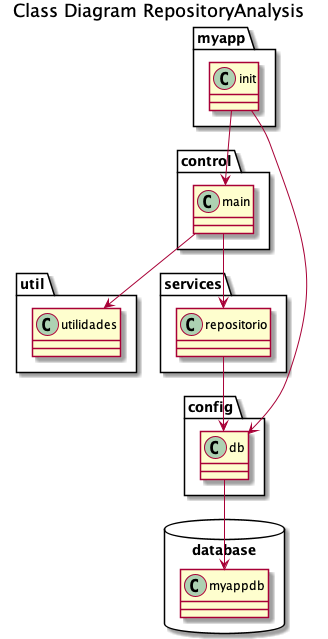
The PlantUML diagram out/docs/architecture_overview/Class Diagram RepositoryAnalysis.png in myplayareas/ppc, before a commit.
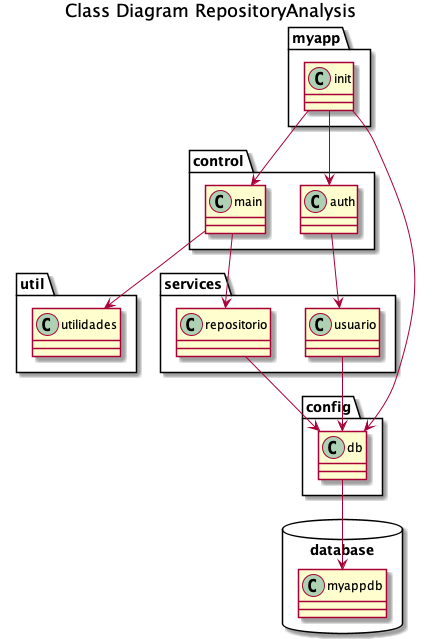
The same diagram one commit later.

Change to the diagram source:
```diff
@@ -8,6 +8,7 @@
 
 package control <<Folder>> {
   class main
+  class auth
 }
 
 package util <<Folder>> {
@@ -16,6 +17,7 @@
 
 package services <<Folder>> {
   class repositorio
+  class usuario
 }
 
 package config <<Folder>> {
@@ -29,9 +31,12 @@
 
 init --> db
 init --> main
+init --> auth
 db --> myappdb
 main --> repositorio
 repositorio --> db
 main --> utilidades
+auth --> usuario
+usuario --> db
 
 @enduml
```
